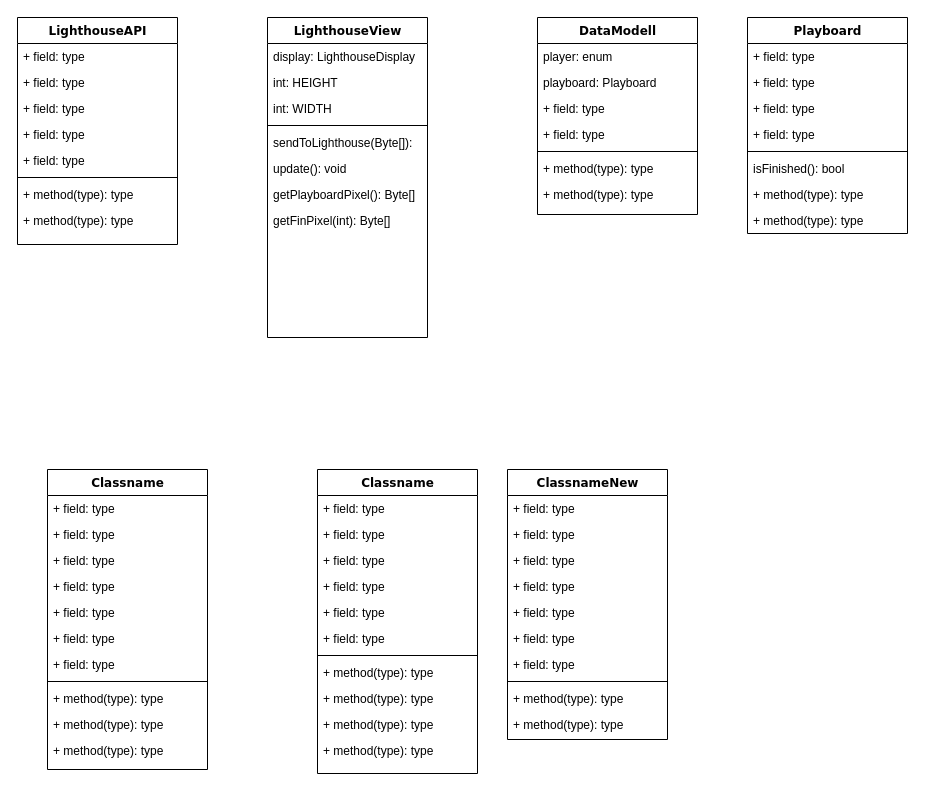
The draw.io diagram Projekt.drawio in Mindxxxd/FourTheWin, before the edit. Source tidied: cells renumbered, new cells numbered last; positions are measured from the earlier drawing's top-left corner, leaving out a move shared by most shapes. Both pictures are drawn from the tidied source at 100%, with x=0, y=0 at pixel (17, 17).
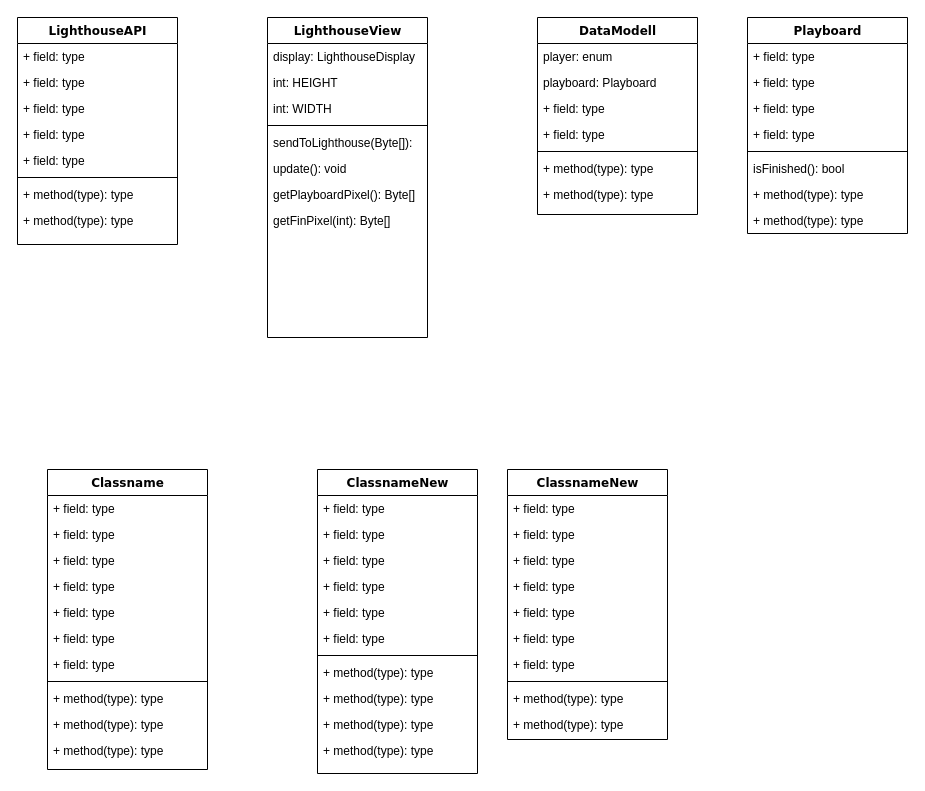
The same page after the edit.

Diff of the diagram source:
```diff
@@
-    <mxCell id="40" value="Classname" style="swimlane;html=1;fontStyle=1;align=center;verticalAlign=top;horizontal=1;startSize=26;swimlaneFillColor=#ffffff;rounded=0;shadow=0;comic=0;labelBackgroundColor=none;strokeWidth=1;fillColor=none;fontFamily=Verdana;fontSize=12;" parent="1" vertex="1">
+    <mxCell id="40" value="ClassnameNew" style="swimlane;html=1;fontStyle=1;align=center;verticalAlign=top;horizontal=1;startSize=26;swimlaneFillColor=#ffffff;rounded=0;shadow=0;comic=0;labelBackgroundColor=none;strokeWidth=1;fillColor=none;fontFamily=Verdana;fontSize=12;" parent="1" vertex="1">
       <mxGeometry x="300" y="452" width="160" height="304" as="geometry" />
     </mxCell>
```
